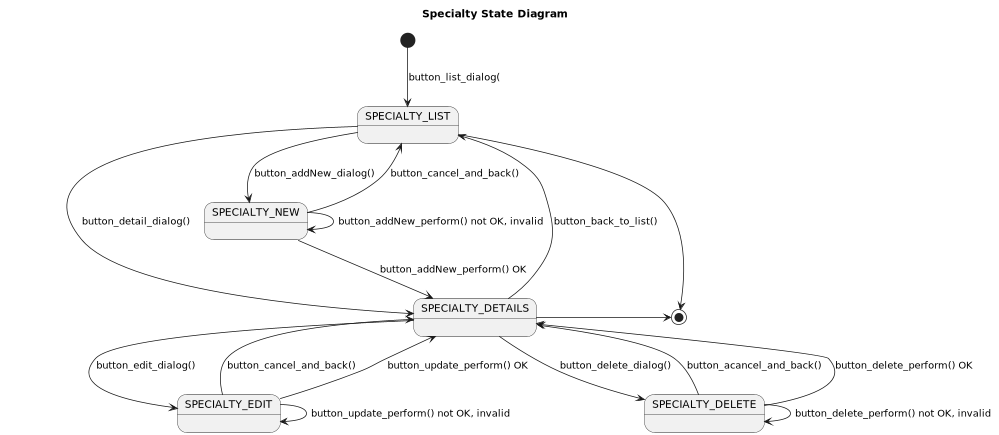
Earlier version of the PlantUML export uml/vet/concept/Specialty__UseCase__State-Specialty_State_Diagram.png (Jakarta-EE-Petclinic/petclinic-uml).
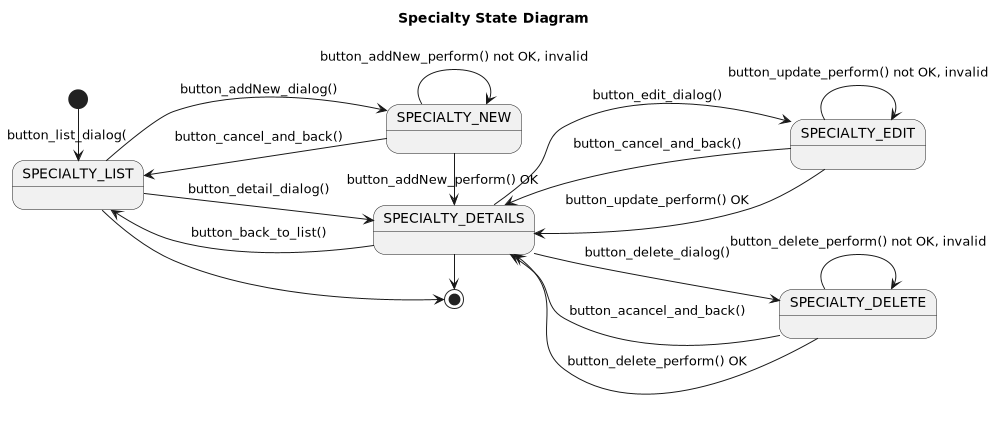
After the commit.

The edit, as a diff of the source:
```diff
@@ -3,21 +3,21 @@
 title Specialty State Diagram
 
 
-top to bottom direction
+left to right direction
 
 scale 1000 width
 
-[*] --> SPECIALTY_LIST: button_list_dialog(
+[*] -> SPECIALTY_LIST: button_list_dialog(
 
 SPECIALTY_LIST --> SPECIALTY_NEW : button_addNew_dialog()
 SPECIALTY_NEW --> SPECIALTY_LIST: button_cancel_and_back()
 state SPECIALTY_NEW {
     SPECIALTY_NEW --> SPECIALTY_NEW : button_addNew_perform() not OK, invalid
 }
-SPECIALTY_NEW --> SPECIALTY_DETAILS: button_addNew_perform() OK
+SPECIALTY_NEW -> SPECIALTY_DETAILS: button_addNew_perform() OK
 
 
-SPECIALTY_LIST --> SPECIALTY_DETAILS: button_detail_dialog()
+SPECIALTY_LIST -> SPECIALTY_DETAILS: button_detail_dialog()
 SPECIALTY_DETAILS --> SPECIALTY_LIST: button_back_to_list()
 
 SPECIALTY_DETAILS --> SPECIALTY_EDIT: button_edit_dialog()
```
